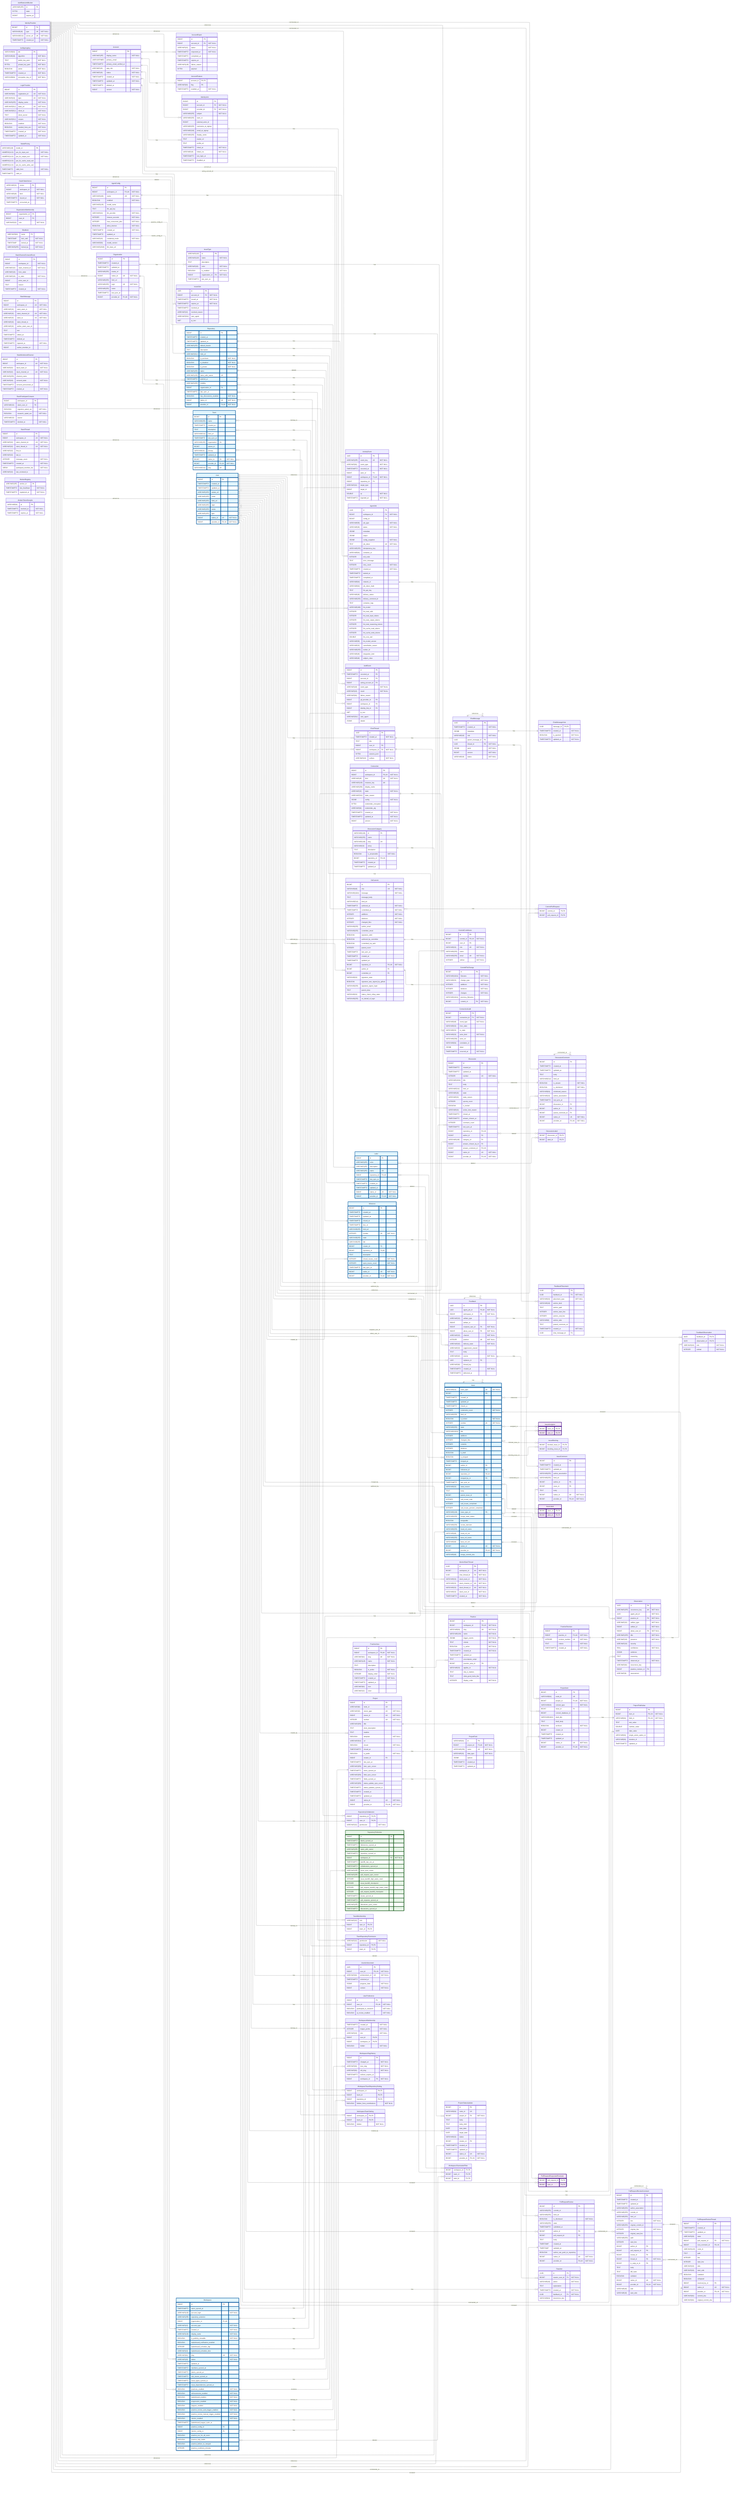
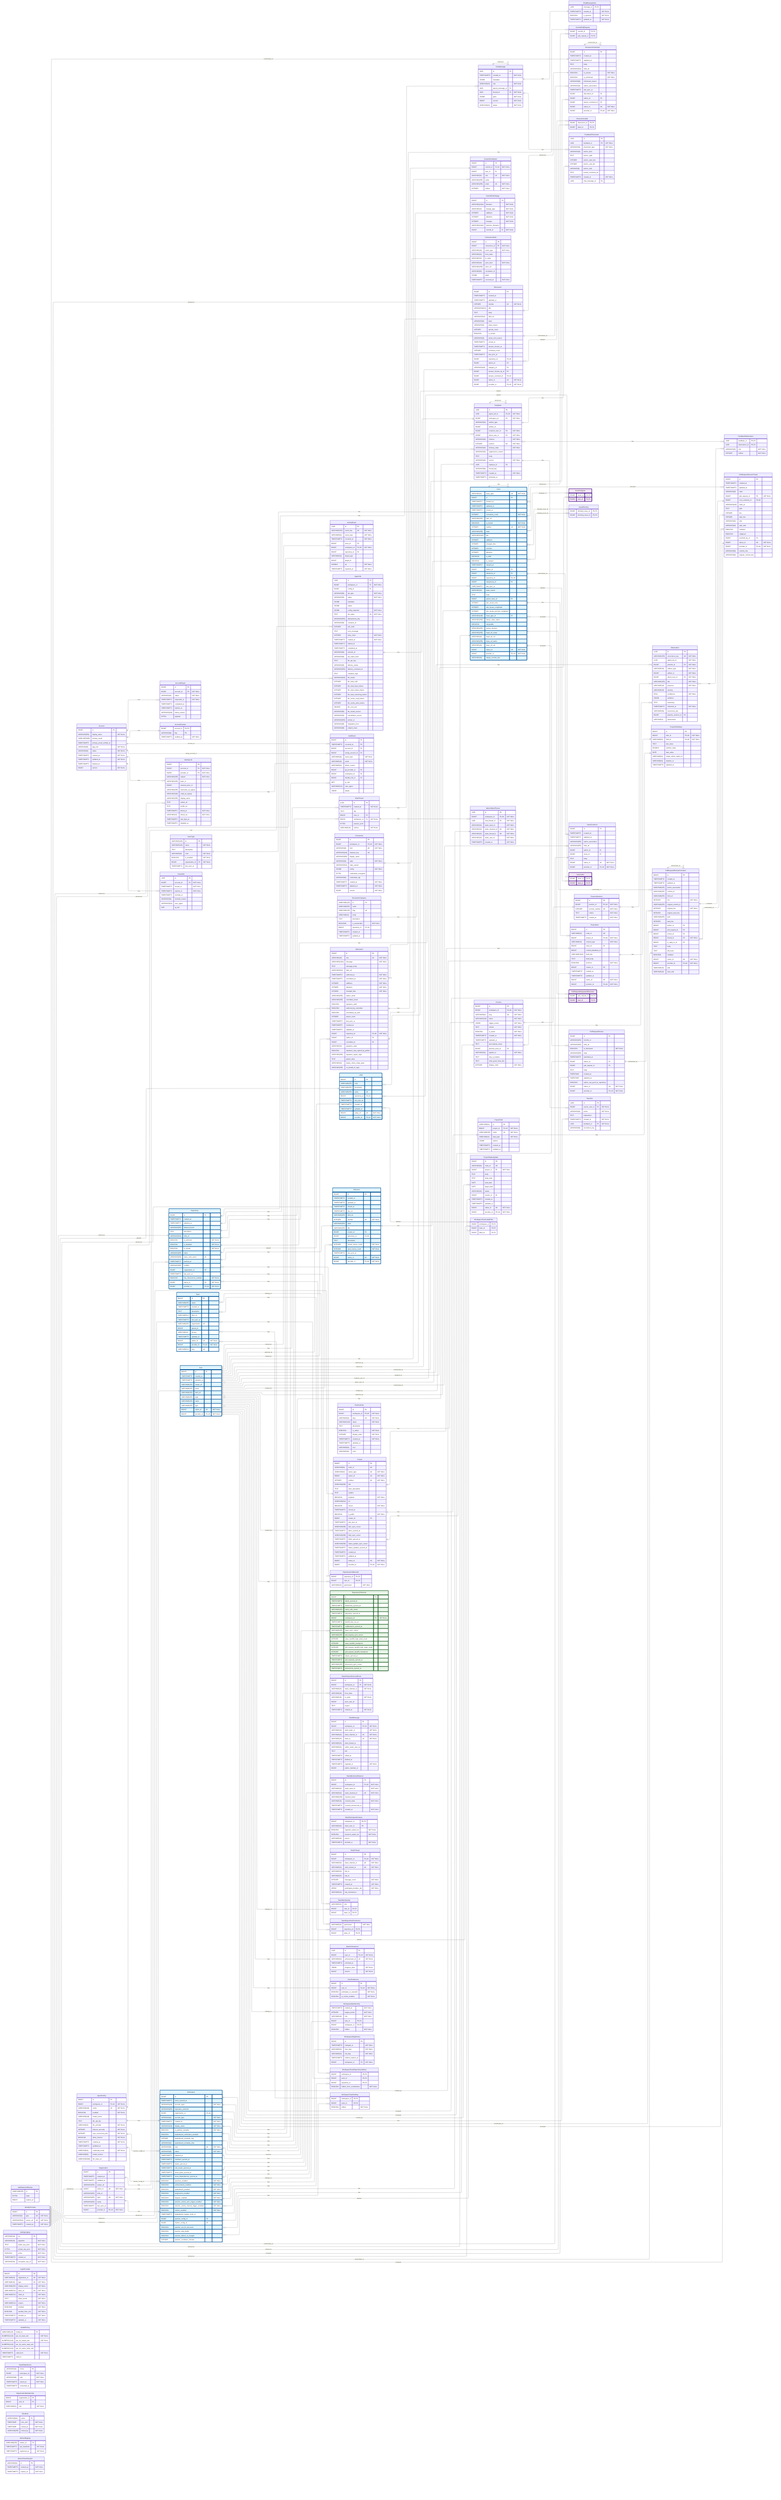
---
config:
    layout: elk
---
erDiagram
    %% Generated automatically from PostgreSQL database schema
    %% using scripts/generate-mermaid-erd.ts
    %% To regenerate: pnpm run db:generate-erd-docs

    direction LR

    Account {
        BIGINT id PK
        VARCHAR(255) display_name "NOT NULL"
        USER-DEFINED primary_email
        TIMESTAMPTZ primary_email_verified_at
        VARCHAR(16) app_role "NOT NULL"
        VARCHAR(16) status "NOT NULL"
        TIMESTAMPTZ created_at "NOT NULL"
        TIMESTAMPTZ updated_at "NOT NULL"
        TIMESTAMPTZ deleted_at
        BIGINT version "NOT NULL"
    }

    AccountExport {
        BIGINT id PK
        BIGINT account_id FK "NOT NULL"
        VARCHAR(16) status "NOT NULL"
        TIMESTAMPTZ requested_at "NOT NULL"
        TIMESTAMPTZ completed_at
        TIMESTAMPTZ expires_at
        VARCHAR(128) failure_reason
        BYTEA payload
    }

    AccountFeature {
        BIGINT account_id PK,FK
        VARCHAR(64) flag PK
        TIMESTAMPTZ enabled_at "NOT NULL"
    }

    ActivityEvent {
        UUID id PK
        VARCHAR(255) event_key UK "NOT NULL"
        VARCHAR(64) event_type "NOT NULL"
        TIMESTAMPTZ occurred_at "NOT NULL"
        BIGINT actor_id FK
        BIGINT workspace_id FK,UK "NOT NULL"
        BIGINT repository_id FK
        VARCHAR(32) target_type
        BIGINT target_id
        DOUBLE xp "NOT NULL"
        TIMESTAMPTZ ingested_at "NOT NULL"
    }

    AgentConfig {
        BIGINT id PK
        BIGINT workspace_id FK,UK "NOT NULL"
        VARCHAR(100) name UK "NOT NULL"
        BOOLEAN enabled "NOT NULL"
        VARCHAR(128) model_name
        TEXT llm_api_key
        VARCHAR(32) llm_provider "NOT NULL"
        INTEGER timeout_seconds "NOT NULL"
        INTEGER max_concurrent_jobs "NOT NULL"
        BOOLEAN allow_internet "NOT NULL"
        TIMESTAMPTZ created_at "NOT NULL"
        TIMESTAMPTZ updated_at
        VARCHAR(16) credential_mode "NOT NULL"
        VARCHAR(50) model_version
        VARCHAR(2048) llm_base_url
    }

    AgentJob {
        UUID id PK
        BIGINT workspace_id FK "NOT NULL"
        BIGINT config_id FK
        VARCHAR(50) job_type "NOT NULL"
        VARCHAR(20) status "NOT NULL"
        JSONB metadata
        JSONB output
        JSONB config_snapshot "NOT NULL"
        TEXT job_token UK "NOT NULL"
        VARCHAR(255) idempotency_key
        VARCHAR(64) container_id
        INTEGER exit_code
        TEXT error_message
        INTEGER retry_count "NOT NULL"
        TIMESTAMPTZ created_at "NOT NULL"
        TIMESTAMPTZ started_at
        TIMESTAMPTZ completed_at
        VARCHAR(64) network_id
        VARCHAR(64) job_token_hash
        TEXT llm_api_key
        VARCHAR(20) delivery_status
        VARCHAR(255) delivery_comment_id
        TEXT container_logs
        VARCHAR(100) llm_model
        INTEGER llm_total_calls
        INTEGER llm_total_input_tokens
        INTEGER llm_total_output_tokens
        INTEGER llm_total_reasoning_tokens
        INTEGER llm_cache_read_tokens
        INTEGER llm_cache_write_tokens
        DOUBLE llm_cost_usd
        VARCHAR(50) llm_model_version
        VARCHAR(32) cancellation_reason
        VARCHAR(255) worker_id
        VARCHAR(48) integration_kind
        VARCHAR(48) subject_class
    }

    AuthEvent {
        BIGINT id PK
        TIMESTAMPTZ occurred_at PK
        BIGINT account_id FK
        BIGINT acting_account_id FK
        VARCHAR(48) event_type "NOT NULL"
        VARCHAR(16) result "NOT NULL"
        VARCHAR(64) failure_reason
        BIGINT git_provider_id FK
        BIGINT workspace_id FK
        BIGINT identity_link_id FK
        INET ip_inet
        VARCHAR(512) user_agent
        JSONB details
    }

    AuthRateLimitBucket {
        VARCHAR(255) id PK
        BYTEA state
        BIGINT expires_at
    }

    ChatMessage {
        UUID id PK
        TIMESTAMPTZ created_at "NOT NULL"
        JSONB metadata
        VARCHAR(16) role "NOT NULL"
        UUID parent_message_id FK
        UUID thread_id FK "NOT NULL"
        JSONB parts "NOT NULL"
        BIGINT version "NOT NULL"
        VARCHAR(16) status "NOT NULL"
    }

    ChatMessageVote {
        UUID message_id PK,FK
        TIMESTAMPTZ created_at "NOT NULL"
        BOOLEAN is_upvoted "NOT NULL"
        TIMESTAMPTZ updated_at "NOT NULL"
    }

    ChatThread {
        UUID id PK
        TIMESTAMPTZ created_at "NOT NULL"
        TEXT title
        BIGINT user_id FK
        BIGINT workspace_id FK "NOT NULL"
        BYTEA session_jsonl
        VARCHAR(16) surface "NOT NULL"
    }

    CommitContributor {
        BIGINT id PK
        BIGINT commit_id FK,UK "NOT NULL"
        BIGINT user_id FK
        VARCHAR(32) role UK "NOT NULL"
        VARCHAR(255) name
        VARCHAR(255) email UK "NOT NULL"
        INTEGER ordinal "NOT NULL"
    }

    CommitFileChange {
        BIGINT id PK
        VARCHAR(1024) filename "NOT NULL"
        VARCHAR(32) change_type "NOT NULL"
        INTEGER additions "NOT NULL"
        INTEGER deletions "NOT NULL"
        INTEGER changes "NOT NULL"
        VARCHAR(1024) previous_filename
        BIGINT commit_id FK "NOT NULL"
    }

    CommitPullRequest {
        BIGINT commit_id PK,FK
        BIGINT pull_request_id PK,FK
    }

    Connection {
        BIGINT id PK
        BIGINT workspace_id FK,UK "NOT NULL"
        VARCHAR(48) kind UK "NOT NULL"
        VARCHAR(128) instance_key UK
        VARCHAR(256) display_name
        VARCHAR(32) state "NOT NULL"
        VARCHAR(512) state_reason
        JSONB config "NOT NULL"
        BYTEA credentials_encrypted
        VARCHAR(64) credentials_alg
        TIMESTAMPTZ created_at "NOT NULL"
        TIMESTAMPTZ updated_at "NOT NULL"
        BIGINT version "NOT NULL"
    }

    ConnectionAudit {
        BIGINT id PK
        BIGINT connection_id FK "NOT NULL"
        VARCHAR(48) event_type "NOT NULL"
        VARCHAR(32) from_state
        VARCHAR(32) to_state
        VARCHAR(32) actor_kind "NOT NULL"
        VARCHAR(256) actor_ref
        VARCHAR(64) correlation_id
        JSONB detail
        TIMESTAMPTZ occurred_at "NOT NULL"
    }

    Discussion {
        BIGINT id PK
        TIMESTAMPTZ created_at
        TIMESTAMPTZ updated_at
        INTEGER number UK "NOT NULL"
        VARCHAR(1024) title
        TEXT body
        VARCHAR(512) html_url
        VARCHAR(16) state
        VARCHAR(32) state_reason
        INTEGER upvote_count
        BOOLEAN is_locked
        VARCHAR(32) active_lock_reason
        TIMESTAMPTZ closed_at
        TIMESTAMPTZ answer_chosen_at
        INTEGER comment_count
        TIMESTAMPTZ last_sync_at
        BIGINT repository_id FK,UK
        BIGINT author_id FK
        VARCHAR(128) category_id FK
        BIGINT answer_chosen_by_id FK
        BIGINT answer_comment_id FK,UK
        BIGINT native_id UK "NOT NULL"
        BIGINT provider_id FK,UK "NOT NULL"
    }

    DiscussionCategory {
        VARCHAR(128) id PK
        VARCHAR(255) name
        VARCHAR(128) slug UK
        VARCHAR(32) emoji
        TEXT description
        BOOLEAN is_answerable "NOT NULL"
        BIGINT repository_id FK,UK
        TIMESTAMPTZ created_at
        TIMESTAMPTZ updated_at
    }

    DiscussionComment {
        BIGINT id PK
        TIMESTAMPTZ created_at
        TIMESTAMPTZ updated_at
        TEXT body
        VARCHAR(512) html_url
        BOOLEAN is_answer "NOT NULL"
        BOOLEAN is_minimized "NOT NULL"
        VARCHAR(64) minimized_reason
        VARCHAR(32) author_association
        TIMESTAMPTZ last_sync_at
        BIGINT discussion_id FK
        BIGINT author_id FK
        BIGINT parent_comment_id FK
        BIGINT native_id UK "NOT NULL"
        BIGINT provider_id FK,UK "NOT NULL"
    }

    DiscussionLabel {
        BIGINT discussion_id PK,FK
        BIGINT label_id PK,FK
    }

    Feedback {
        UUID id PK
        UUID agent_job_id FK,UK "NOT NULL"
        BIGINT workspace_id FK "NOT NULL"
        VARCHAR(32) artifact_type
        BIGINT artifact_id
        BIGINT recipient_user_id FK "NOT NULL"
        BIGINT about_user_id FK "NOT NULL"
        VARCHAR(32) channel "NOT NULL"
        INTEGER position UK "NOT NULL"
        VARCHAR(16) delivery_state "NOT NULL"
        VARCHAR(32) suppression_reason
        TEXT body
        VARCHAR(16) source "NOT NULL"
        UUID replaces_id FK
        VARCHAR(64) thread_key
        TIMESTAMPTZ created_at "NOT NULL"
        TIMESTAMPTZ delivered_at
    }

    FeedbackObservation {
        UUID feedback_id PK,FK
        UUID observation_id PK,FK
        VARCHAR(16) role "NOT NULL"
        INTEGER ordinal "NOT NULL"
    }

    FeedbackPlacement {
        UUID id PK
        UUID feedback_id FK "NOT NULL"
        VARCHAR(32) placement_type "NOT NULL"
        VARCHAR(16) anchor_kind
        TEXT anchor_path
        INTEGER anchor_start_line
        INTEGER anchor_end_line
        VARCHAR(8) anchor_side
        TEXT posted_comment_ref
        TIMESTAMPTZ created_at "NOT NULL"
        UUID chat_message_id FK
    }

    GitCommit {
        BIGINT id PK
        VARCHAR(40) sha UK "NOT NULL"
        VARCHAR(1024) message "NOT NULL"
        TEXT message_body
        VARCHAR(512) html_url
        TIMESTAMPTZ authored_at "NOT NULL"
        TIMESTAMPTZ committed_at "NOT NULL"
        INTEGER additions "NOT NULL"
        INTEGER deletions "NOT NULL"
        INTEGER changed_files "NOT NULL"
        VARCHAR(255) author_email
        VARCHAR(255) committer_email
        BOOLEAN signature_valid
        BOOLEAN authored_by_committer
        BOOLEAN committed_via_web
        INTEGER parent_count
        TIMESTAMPTZ last_sync_at
        TIMESTAMPTZ created_at
        TIMESTAMPTZ updated_at
        BIGINT repository_id FK,UK "NOT NULL"
        BIGINT author_id FK
        BIGINT committer_id FK
        VARCHAR(32) signature_state
        BOOLEAN signature_was_signed_by_github
        VARCHAR(255) signature_signer_login
        TEXT parent_shas
        VARCHAR(32) status_check_rollup_state
        VARCHAR(255) on_behalf_of_login
    }

    IdentityLink {
        BIGINT id PK
        BIGINT account_id FK "NOT NULL"
        BIGINT provider_id FK "NOT NULL"
        VARCHAR(255) subject "NOT NULL"
        VARCHAR(255) team_id
        BIGINT external_actor_id
        VARCHAR(255) username_at_signup
        VARCHAR(320) email_at_signup
        VARCHAR(255) display_name
        TEXT avatar_url
        TEXT profile_url
        TIMESTAMPTZ linked_at "NOT NULL"
        VARCHAR(16) linked_via "NOT NULL"
        TIMESTAMPTZ last_login_at
        TIMESTAMPTZ disabled_at
    }

    IdentityProvider {
        BIGINT id PK
        VARCHAR(10) type UK "NOT NULL"
        VARCHAR(512) server_url UK "NOT NULL"
        TIMESTAMPTZ created_at "NOT NULL"
    }

    Issue {
        VARCHAR(31) issue_type UK "NOT NULL"
        BIGINT id PK
        TIMESTAMPTZ created_at
        TIMESTAMPTZ updated_at
        TIMESTAMPTZ closed_at
        INTEGER comments_count "NOT NULL"
        VARCHAR(255) html_url
        BOOLEAN is_locked "NOT NULL"
        INTEGER number UK "NOT NULL"
        VARCHAR(255) state
        VARCHAR(1024) title
        INTEGER additions
        INTEGER changed_files
        INTEGER commits
        INTEGER deletions
        BOOLEAN is_draft
        BOOLEAN is_merged
        TIMESTAMPTZ merged_at
        BIGINT author_id FK
        BIGINT milestone_id FK
        BIGINT repository_id FK,UK
        BIGINT merged_by_id FK
        TIMESTAMPTZ last_sync_at
        VARCHAR(32) state_reason
        TEXT body
        BIGINT parent_issue_id FK
        INTEGER sub_issues_total
        INTEGER sub_issues_completed
        INTEGER sub_issues_percent_completed
        VARCHAR(128) issue_type_id FK
        VARCHAR(255) merge_state_status
        BOOLEAN mergeable
        VARCHAR(255) review_decision
        VARCHAR(255) head_ref_name
        VARCHAR(40) head_ref_oid
        VARCHAR(255) base_ref_name
        VARCHAR(40) base_ref_oid
        BIGINT native_id UK "NOT NULL"
        BIGINT provider_id FK,UK "NOT NULL"
        VARCHAR(40) merge_commit_sha
    }

    IssueAssignee {
        BIGINT issue_id PK,FK
        BIGINT user_id PK,FK
    }

    IssueBlocking {
        BIGINT blocked_issue_id PK,FK
        BIGINT blocking_issue_id PK,FK
    }

    IssueComment {
        BIGINT id PK
        TIMESTAMPTZ created_at
        TIMESTAMPTZ updated_at
        VARCHAR(255) author_association
        VARCHAR(255) html_url
        BIGINT author_id FK
        BIGINT issue_id FK
        TEXT body
        BIGINT native_id UK "NOT NULL"
        BIGINT provider_id FK,UK "NOT NULL"
    }

    IssueLabel {
        BIGINT issue_id PK,FK
        BIGINT label_id PK,FK
    }

    IssueType {
        VARCHAR(128) id PK
        VARCHAR(128) name "NOT NULL"
        TEXT description
        VARCHAR(20) color "NOT NULL"
        BOOLEAN is_enabled "NOT NULL"
        BIGINT organization_id FK "NOT NULL"
        TIMESTAMPTZ last_sync_at
    }

    IssuedJwt {
        UUID jti PK
        BIGINT account_id FK "NOT NULL"
        TIMESTAMPTZ issued_at "NOT NULL"
        TIMESTAMPTZ expires_at "NOT NULL"
        TIMESTAMPTZ revoked_at
        VARCHAR(32) revoked_reason
        VARCHAR(512) user_agent
        INET ip_inet
    }

    JwtSigningKey {
        VARCHAR(64) kid PK
        VARCHAR(16) algorithm "NOT NULL"
        TEXT public_key_pem "NOT NULL"
        BYTEA private_key_pem "NOT NULL"
        BOOLEAN active "NOT NULL"
        TIMESTAMPTZ created_at "NOT NULL"
        VARCHAR(64) encryption_key_id "NOT NULL"
    }

    Label {
        BIGINT id PK
        VARCHAR(255) color
        VARCHAR(255) description
        VARCHAR(255) name UK
        BIGINT repository_id FK,UK
        TIMESTAMPTZ last_sync_at
        TIMESTAMPTZ created_at
        TIMESTAMPTZ updated_at
        BIGINT native_id UK "NOT NULL"
        BIGINT provider_id FK,UK "NOT NULL"
    }

    LoginProvider {
        BIGINT id PK
        VARCHAR(64) registration_id UK "NOT NULL"
        VARCHAR(10) type UK "NOT NULL"
        VARCHAR(255) display_name "NOT NULL"
        VARCHAR(512) base_url UK "NOT NULL"
        VARCHAR(512) client_id "NOT NULL"
        TEXT client_secret "NOT NULL"
        VARCHAR(512) scopes "NOT NULL"
        BOOLEAN enabled "NOT NULL"
        BOOLEAN seeded_from_env "NOT NULL"
        TIMESTAMPTZ created_at "NOT NULL"
        TIMESTAMPTZ updated_at "NOT NULL"
    }

    MentorSlackThread {
        UUID id PK
-         BIGINT workspace_id UK "NOT NULL"
+         BIGINT workspace_id FK,UK "NOT NULL"
        UUID chat_thread_id FK "NOT NULL"
        VARCHAR(32) slack_team_id "NOT NULL"
        VARCHAR(32) slack_channel_id UK "NOT NULL"
        VARCHAR(32) slack_thread_ts UK "NOT NULL"
        VARCHAR(32) slack_user_id "NOT NULL"
        TIMESTAMPTZ created_at "NOT NULL"
    }

    Milestone {
        BIGINT id PK
        TIMESTAMPTZ created_at
        TIMESTAMPTZ updated_at
        TIMESTAMPTZ closed_at
        TIMESTAMPTZ due_on
        VARCHAR(255) html_url
        INTEGER number UK "NOT NULL"
        VARCHAR(255) state
        VARCHAR(255) title
        BIGINT creator_id FK
        BIGINT repository_id FK,UK
        TEXT description
        INTEGER closed_issues_count "NOT NULL"
        INTEGER open_issues_count "NOT NULL"
        TIMESTAMPTZ last_sync_at
        BIGINT native_id UK "NOT NULL"
        BIGINT provider_id FK,UK "NOT NULL"
    }

    ModelPricing {
        VARCHAR(128) model_id PK
        NUMERIC(12,6) per_1k_input_usd "NOT NULL"
        NUMERIC(12,6) per_1k_output_usd "NOT NULL"
        NUMERIC(12,6) per_1k_cache_read_usd
        NUMERIC(12,6) per_1k_cache_write_usd
        TIMESTAMPTZ valid_from "NOT NULL"
        TIMESTAMPTZ valid_to
    }

    OauthStateNonce {
        VARCHAR(32) nonce PK
        BIGINT workspace_id "NOT NULL"
        VARCHAR(48) kind "NOT NULL"
        TIMESTAMPTZ issued_at "NOT NULL"
        TIMESTAMPTZ consumed_at
    }

    Observation {
        UUID id PK
        VARCHAR(255) occurrence_key UK "NOT NULL"
        UUID agent_job_id "NOT NULL"
        BIGINT practice_id FK "NOT NULL"
        VARCHAR(32) artifact_type "NOT NULL"
        BIGINT artifact_id "NOT NULL"
        BIGINT about_user_id FK "NOT NULL"
        VARCHAR(255) title "NOT NULL"
        VARCHAR(16) presence "NOT NULL"
        VARCHAR(16) severity
        REAL confidence "NOT NULL"
        JSONB evidence
        TEXT reasoning
        TIMESTAMPTZ observed_at "NOT NULL"
        VARCHAR(64) recurrence_key
        BIGINT practice_revision_id FK
        VARCHAR(8) assessment
    }

    Organization {
        BIGINT id PK
        TIMESTAMPTZ created_at
        TIMESTAMPTZ updated_at
        VARCHAR(255) avatar_url
        BIGINT native_id UK "NOT NULL"
        VARCHAR(255) html_url
        VARCHAR(255) login UK "NOT NULL"
        VARCHAR(255) name
        TIMESTAMPTZ last_sync_at
        BIGINT provider_id FK,UK "NOT NULL"
    }

    OrganizationMembership {
        BIGINT organization_id PK
        BIGINT user_id PK
        VARCHAR(32) role "NOT NULL"
    }

    Practice {
        BIGINT id PK
        BIGINT workspace_id FK,UK "NOT NULL"
        VARCHAR(64) slug UK "NOT NULL"
        VARCHAR(128) name "NOT NULL"
        JSONB trigger_events "NOT NULL"
        TEXT criteria "NOT NULL"
        BOOLEAN is_active "NOT NULL"
        TIMESTAMPTZ created_at "NOT NULL"
        TIMESTAMPTZ updated_at
        TEXT precompute_script
        BIGINT practice_area_id FK
        VARCHAR(32) applies_to "NOT NULL"
        TEXT why_it_matters
        TEXT what_good_looks_like
        INTEGER display_order "NOT NULL"
    }

    PracticeArea {
        BIGINT id PK
        BIGINT workspace_id FK,UK "NOT NULL"
        VARCHAR(64) slug UK "NOT NULL"
        VARCHAR(128) name "NOT NULL"
        TEXT description
        BOOLEAN is_active "NOT NULL"
        INTEGER display_order "NOT NULL"
        TIMESTAMPTZ created_at "NOT NULL"
        TIMESTAMPTZ updated_at
        VARCHAR(64) icon
        VARCHAR(32) color
    }

    PracticeRevision {
        BIGINT id PK
        BIGINT practice_id FK,UK "NOT NULL"
        INTEGER revision_number UK "NOT NULL"
        TEXT criteria "NOT NULL"
        TIMESTAMPTZ created_at "NOT NULL"
    }

    Project {
        BIGINT id PK
        VARCHAR(64) node_id UK
        VARCHAR(32) owner_type UK "NOT NULL"
        BIGINT owner_id UK "NOT NULL"
        INTEGER number UK "NOT NULL"
        VARCHAR(256) title
        TEXT short_description
        TEXT readme
        BOOLEAN template "NOT NULL"
        VARCHAR(512) url
        BOOLEAN closed "NOT NULL"
        TIMESTAMPTZ closed_at
        BOOLEAN is_public "NOT NULL"
        BIGINT creator_id FK
        TIMESTAMPTZ last_sync_at
        VARCHAR(256) item_sync_cursor
        TIMESTAMPTZ items_synced_at
        VARCHAR(256) field_sync_cursor
        TIMESTAMPTZ fields_synced_at
        VARCHAR(256) status_update_sync_cursor
        TIMESTAMPTZ status_updates_synced_at
        TIMESTAMPTZ created_at
        TIMESTAMPTZ updated_at
        BIGINT native_id UK "NOT NULL"
        BIGINT provider_id FK,UK "NOT NULL"
    }

    ProjectField {
        VARCHAR(64) id PK
        BIGINT project_id FK,UK "NOT NULL"
        VARCHAR(256) name UK "NOT NULL"
        VARCHAR(32) data_type "NOT NULL"
        JSONB options
        TIMESTAMPTZ created_at
        TIMESTAMPTZ updated_at
    }

    ProjectFieldValue {
        BIGINT id PK
        BIGINT item_id FK,UK "NOT NULL"
        VARCHAR(64) field_id FK,UK "NOT NULL"
        TEXT text_value
        DOUBLE number_value
        DATE date_value
        VARCHAR(64) single_select_option_id
        VARCHAR(64) iteration_id
        TIMESTAMPTZ updated_at
    }

    ProjectItem {
        BIGINT id PK
        VARCHAR(64) node_id UK
        BIGINT project_id FK,UK "NOT NULL"
        VARCHAR(32) content_type "NOT NULL"
        BIGINT issue_id FK
        BIGINT content_database_id
        VARCHAR(1024) draft_title
        TEXT draft_body
        BOOLEAN archived "NOT NULL"
        BIGINT creator_id FK
        TIMESTAMPTZ created_at
        TIMESTAMPTZ updated_at
        BIGINT native_id UK "NOT NULL"
        BIGINT provider_id FK,UK "NOT NULL"
    }

    ProjectStatusUpdate {
        BIGINT id PK
        VARCHAR(64) node_id UK
        BIGINT project_id FK "NOT NULL"
        TEXT body
        TEXT body_html
        DATE start_date
        DATE target_date
        VARCHAR(32) status
        BIGINT creator_id FK
        TIMESTAMPTZ created_at
        TIMESTAMPTZ updated_at
        BIGINT native_id UK "NOT NULL"
        BIGINT provider_id FK,UK "NOT NULL"
    }

    PullRequestRequestedReviewer {
        BIGINT pull_request_id PK,FK
        BIGINT user_id PK,FK
    }

    PullRequestReview {
        BIGINT id PK
        VARCHAR(255) commit_id
        VARCHAR(255) html_url
        BOOLEAN is_dismissed "NOT NULL"
        VARCHAR(255) state
        TIMESTAMPTZ submitted_at
        BIGINT author_id FK
        BIGINT pull_request_id FK
        TEXT body
        TIMESTAMP created_at
        TIMESTAMP updated_at
        BOOLEAN author_can_push_to_repository
        BIGINT native_id UK "NOT NULL"
        BIGINT provider_id FK,UK "NOT NULL"
    }

    PullRequestReviewComment {
        BIGINT id PK
        TIMESTAMPTZ created_at
        TIMESTAMPTZ updated_at
        VARCHAR(255) author_association
        VARCHAR(255) commit_id
        VARCHAR(255) html_url
        INTEGER line "NOT NULL"
        VARCHAR(255) original_commit_id
        INTEGER original_line "NOT NULL"
        INTEGER original_start_line
        VARCHAR(255) path
        INTEGER start_line
        BIGINT author_id FK
        BIGINT pull_request_id FK
        BIGINT review_id FK
        BIGINT thread_id FK "NOT NULL"
        BIGINT in_reply_to_id FK
        TEXT body
        TEXT diff_hunk
        BOOLEAN outdated
        BIGINT native_id UK "NOT NULL"
        BIGINT provider_id FK,UK "NOT NULL"
        VARCHAR(16) side
        VARCHAR(16) start_side
    }

    PullRequestReviewThread {
        BIGINT id PK
        TIMESTAMPTZ created_at
        TIMESTAMPTZ updated_at
        VARCHAR(20) state
        BIGINT pull_request_id FK "NOT NULL"
        BIGINT root_comment_id FK,UK
        VARCHAR(128) node_id
        TEXT path
        INTEGER line
        INTEGER start_line
        VARCHAR(16) side
        VARCHAR(16) start_side
        BOOLEAN outdated
        BOOLEAN collapsed
        BIGINT resolved_by_id FK
        BIGINT native_id UK "NOT NULL"
        BIGINT provider_id FK,UK "NOT NULL"
        VARCHAR(64) commit_sha
        VARCHAR(64) original_commit_sha
    }

    Reaction {
        UUID id PK
        BIGINT reactor_user_id FK "NOT NULL"
        VARCHAR(16) action "NOT NULL"
        TEXT explanation
        TIMESTAMPTZ created_at "NOT NULL"
        UUID feedback_id FK "NOT NULL"
        VARCHAR(64) recurrence_key
    }

    Repository {
        BIGINT id PK
        TIMESTAMPTZ created_at
        TIMESTAMPTZ updated_at
        VARCHAR(255) default_branch
        TEXT description
        VARCHAR(512) html_url
        BOOLEAN is_archived "NOT NULL"
        BOOLEAN is_disabled "NOT NULL"
        BOOLEAN is_private "NOT NULL"
        VARCHAR(255) name
        VARCHAR(150) name_with_owner UK
        TIMESTAMPTZ pushed_at
        VARCHAR(255) visibility
        BIGINT organization_id FK
        TIMESTAMPTZ last_sync_at
        BOOLEAN has_discussions_enabled "NOT NULL"
        BIGINT native_id UK "NOT NULL"
        BIGINT provider_id FK,UK "NOT NULL"
    }

    RepositoryCollaborator {
        BIGINT repository_id PK,FK
        BIGINT user_id PK,FK
        VARCHAR(32) permission "NOT NULL"
    }

    RepositoryToMonitor {
        BIGINT id PK
        TIMESTAMPTZ labels_synced_at
        TIMESTAMPTZ milestones_synced_at
        VARCHAR(255) name_with_owner
        TIMESTAMPTZ repository_synced_at
        BIGINT workspace_id FK "NOT NULL"
        TIMESTAMPTZ backfill_last_run_at
        TIMESTAMPTZ collaborators_synced_at
        VARCHAR(255) issue_sync_cursor
        VARCHAR(255) pull_request_sync_cursor
        INTEGER issue_backfill_high_water_mark
        INTEGER issue_backfill_checkpoint
        INTEGER pull_request_backfill_high_water_mark
        INTEGER pull_request_backfill_checkpoint
        TIMESTAMPTZ issues_synced_at
        TIMESTAMPTZ pull_requests_synced_at
        VARCHAR(255) discussion_sync_cursor
        TIMESTAMPTZ discussions_synced_at
    }

    Shedlock {
        VARCHAR(64) name PK
        TIMESTAMP lock_until "NOT NULL"
        TIMESTAMP locked_at "NOT NULL"
        VARCHAR(255) locked_by "NOT NULL"
    }

    SlackChannelConsentEvent {
        BIGINT id PK
-         BIGINT workspace_id "NOT NULL"
+         BIGINT workspace_id FK "NOT NULL"
        VARCHAR(32) slack_channel_id "NOT NULL"
        VARCHAR(16) from_state
        VARCHAR(16) to_state "NOT NULL"
        BIGINT actor_user_id
        TEXT reason
        TIMESTAMPTZ created_at "NOT NULL"
    }

    SlackMessage {
        BIGINT id PK
-         BIGINT workspace_id UK "NOT NULL"
+         BIGINT workspace_id FK,UK "NOT NULL"
        VARCHAR(32) slack_team_id "NOT NULL"
        VARCHAR(32) slack_channel_id UK "NOT NULL"
        VARCHAR(32) slack_ts UK "NOT NULL"
        VARCHAR(32) slack_thread_ts
        VARCHAR(32) author_slack_user_id
        TEXT text
        TIMESTAMPTZ edited_at
        TIMESTAMPTZ deleted_at
        TIMESTAMPTZ ingested_at "NOT NULL"
        BIGINT author_member_id
    }

    SlackMonitoredChannel {
        BIGINT id PK
-         BIGINT workspace_id UK "NOT NULL"
+         BIGINT workspace_id FK,UK "NOT NULL"
        VARCHAR(32) slack_team_id "NOT NULL"
        VARCHAR(32) slack_channel_id UK "NOT NULL"
        VARCHAR(256) channel_name
        VARCHAR(16) consent_state "NOT NULL"
        TIMESTAMPTZ consent_announced_at
        TIMESTAMPTZ created_at "NOT NULL"
    }

    SlackParticipantConsent {
-         BIGINT workspace_id PK
+         BIGINT workspace_id PK,FK
        VARCHAR(32) slack_user_id PK
        BOOLEAN ingestion_opted_out "NOT NULL"
        BOOLEAN research_opted_out "NOT NULL"
        VARCHAR(32) source
        TIMESTAMPTZ decided_at "NOT NULL"
    }

    SlackThread {
        BIGINT id PK
-         BIGINT workspace_id UK "NOT NULL"
+         BIGINT workspace_id FK,UK "NOT NULL"
        VARCHAR(32) slack_channel_id UK "NOT NULL"
        VARCHAR(32) slack_thread_ts UK "NOT NULL"
        VARCHAR(32) first_ts
        VARCHAR(32) last_ts
        INTEGER message_count "NOT NULL"
        TIMESTAMPTZ created_at "NOT NULL"
        ARRAY participant_member_ids "NOT NULL"
        VARCHAR(32) last_reviewed_ts
    }

    Team {
        BIGINT id PK
        VARCHAR(255) name
        TIMESTAMPTZ created_at
        TEXT description
        VARCHAR(512) html_url
        TIMESTAMPTZ last_sync_at
        VARCHAR(255) organization UK
        BIGINT parent_id
        VARCHAR(32) privacy
        TIMESTAMPTZ updated_at
        BIGINT native_id UK "NOT NULL"
        BIGINT provider_id FK,UK "NOT NULL"
        VARCHAR(512) slug UK
    }

    TeamMembership {
        VARCHAR(32) role
        BIGINT user_id PK,FK
        BIGINT team_id PK,FK
    }

    TeamRepositoryPermission {
        VARCHAR(32) permission "NOT NULL"
        BIGINT repository_id PK,FK
        BIGINT team_id PK,FK
    }

    User {
        BIGINT id PK
        TIMESTAMPTZ created_at
        TIMESTAMPTZ updated_at
        VARCHAR(255) avatar_url
        VARCHAR(255) email
        VARCHAR(255) html_url
        VARCHAR(255) login
        VARCHAR(255) name
        VARCHAR(255) type
        BIGINT native_id UK "NOT NULL"
        BIGINT provider_id FK,UK "NOT NULL"
    }

    UserAchievement {
        UUID id PK
        BIGINT user_id FK,UK "NOT NULL"
        VARCHAR(64) achievement_id UK "NOT NULL"
        TIMESTAMPTZ unlocked_at
        JSONB progress_data "NOT NULL"
        BIGINT version "NOT NULL"
    }

    UserPreference {
        BIGINT id PK
        BIGINT user_id FK,UK "NOT NULL"
        BOOLEAN participate_in_research "NOT NULL"
        BOOLEAN ai_review_enabled "NOT NULL"
    }

    WorkerRegistry {
        VARCHAR(255) worker_id PK
        TIMESTAMPTZ last_heartbeat "NOT NULL"
        TIMESTAMPTZ registered_at "NOT NULL"
    }

    WorkerTokenDenylist {
        VARCHAR(64) jti PK
        TIMESTAMPTZ revoked_at "NOT NULL"
        TIMESTAMPTZ expires_at "NOT NULL"
    }

    Workspace {
        BIGINT id PK
        TIMESTAMPTZ users_synced_at
        VARCHAR(120) account_login "NOT NULL"
        VARCHAR(255) repository_selection
        BIGINT organization_id FK,UK
        VARCHAR(10) account_type "NOT NULL"
        TIMESTAMPTZ created_at "NOT NULL"
        VARCHAR(120) display_name "NOT NULL"
        BOOLEAN is_publicly_viewable "NOT NULL"
        BOOLEAN leaderboard_notification_enabled
        INTEGER leaderboard_schedule_day
        VARCHAR(10) leaderboard_schedule_time
        VARCHAR(64) slug UK "NOT NULL"
        VARCHAR(20) status "NOT NULL"
        TIMESTAMPTZ updated_at
        TIMESTAMPTZ members_synced_at
        TIMESTAMPTZ teams_synced_at
        TIMESTAMPTZ sub_issues_synced_at
        TIMESTAMPTZ issue_types_synced_at
        TIMESTAMPTZ issue_dependencies_synced_at
        BOOLEAN practices_enabled "NOT NULL"
        BOOLEAN achievements_enabled "NOT NULL"
        BOOLEAN leaderboard_enabled "NOT NULL"
        BOOLEAN progression_enabled "NOT NULL"
        BOOLEAN leagues_enabled "NOT NULL"
        BOOLEAN practice_review_auto_trigger_enabled "NOT NULL"
        BOOLEAN practice_review_manual_trigger_enabled "NOT NULL"
        BOOLEAN mentor_enabled "NOT NULL"
        TIMESTAMPTZ leaderboard_league_cycle_at
        BIGINT practice_config_id FK
        BIGINT mentor_config_id FK
        BOOLEAN practice_run_for_all_users
        BOOLEAN practice_skip_drafts
        BOOLEAN practice_deliver_to_merged
        INTEGER practice_cooldown_minutes
    }

    WorkspaceMembership {
        TIMESTAMPTZ created_at "NOT NULL"
        INTEGER league_points "NOT NULL"
        VARCHAR(16) role "NOT NULL"
        BIGINT user_id PK,FK
        BIGINT workspace_id PK,FK
        BOOLEAN hidden "NOT NULL"
    }

    WorkspaceSlugHistory {
        BIGINT id PK
        TIMESTAMPTZ changed_at "NOT NULL"
        VARCHAR(64) new_slug "NOT NULL"
        VARCHAR(64) old_slug "NOT NULL"
        TIMESTAMPTZ redirect_expires_at
        BIGINT workspace_id FK "NOT NULL"
    }

    WorkspaceTeamLabelFilter {
        BIGINT workspace_id PK,FK
        BIGINT team_id PK,FK
        BIGINT label_id PK,FK
    }

    WorkspaceTeamRepositorySetting {
        BIGINT workspace_id PK,FK
        BIGINT team_id PK,FK
        BIGINT repository_id PK,FK
        BOOLEAN hidden_from_contributions "NOT NULL"
    }

    WorkspaceTeamSetting {
        BIGINT workspace_id PK,FK
        BIGINT team_id PK,FK
        BOOLEAN hidden "NOT NULL"
    }

    %% Relationships
    %% One-to-One relationships
    Account ||--|| AccountFeature : has
    Workspace ||--|| ActivityEvent : has
    Workspace ||--|| AgentConfig : has
    ChatMessage ||--|| ChatMessageVote : has
    GitCommit ||--|| CommitContributor : has
    Workspace ||--|| Connection : has
    Repository ||--|| Discussion : has
    DiscussionComment ||--|| Discussion : references
    IdentityProvider ||--|| Discussion : references
    Repository ||--|| DiscussionCategory : has
    IdentityProvider ||--|| DiscussionComment : commented_on
    AgentJob ||--|| Feedback : has
    Repository ||--|| GitCommit : has
    Repository ||--|| Issue : has
    IdentityProvider ||--|| Issue : references
    IdentityProvider ||--|| IssueComment : commented_on
    Repository ||--|| Label : labeled
    IdentityProvider ||--|| Label : labeled
+     Workspace ||--|| MentorSlackThread : has
    Repository ||--|| Milestone : has
    IdentityProvider ||--|| Milestone : references
    IdentityProvider ||--|| Organization : references
    Workspace ||--|| Practice : has
    Workspace ||--|| PracticeArea : has
    Practice ||--|| PracticeRevision : has
    IdentityProvider ||--|| Project : references
    Project ||--|| ProjectField : has
    ProjectItem ||--|| ProjectFieldValue : has
    ProjectField ||--|| ProjectFieldValue : has
    Project ||--|| ProjectItem : has
    IdentityProvider ||--|| ProjectItem : references
    IdentityProvider ||--|| ProjectStatusUpdate : references
    IdentityProvider ||--|| PullRequestReview : reviewed
    IdentityProvider ||--|| PullRequestReviewComment : commented_on
    PullRequestReviewComment ||--|| PullRequestReviewThread : reviewed
    IdentityProvider ||--|| PullRequestReviewThread : reviewed
    IdentityProvider ||--|| Repository : references
+     Workspace ||--|| SlackMessage : has
+     Workspace ||--|| SlackMonitoredChannel : has
+     Workspace ||--|| SlackParticipantConsent : has
+     Workspace ||--|| SlackThread : has
    IdentityProvider ||--|| Team : references
    IdentityProvider ||--|| User : references
    User ||--|| UserAchievement : has
    User ||--|| UserPreference : has
    Organization ||--|| Workspace : has
    User ||--|| WorkspaceMembership : belongs_to
    Workspace ||--|| WorkspaceMembership : belongs_to

    %% One-to-Many relationships
    Account ||--o{ AccountExport : has
    User ||--o{ ActivityEvent : references
    Repository ||--o{ ActivityEvent : has
    Workspace ||--o{ AgentJob : has
    AgentConfig ||--o{ AgentJob : has
    Account ||--o{ AuthEvent : account_id
    Account ||--o{ AuthEvent : acting_account_id
    IdentityProvider ||--o{ AuthEvent : references
    Workspace ||--o{ AuthEvent : has
    IdentityLink ||--o{ AuthEvent : has
    ChatMessage ||--o{ ChatMessage : references
    ChatThread ||--o{ ChatMessage : has
    User ||--o{ ChatThread : has
    Workspace ||--o{ ChatThread : has
    User ||--o{ CommitContributor : has
    GitCommit ||--o{ CommitFileChange : has
    Connection ||--o{ ConnectionAudit : has
    User ||--o{ Discussion : authored_by
    DiscussionCategory ||--o{ Discussion : has
    User ||--o{ Discussion : references
    Discussion ||--o{ DiscussionComment : commented_on
    User ||--o{ DiscussionComment : commented_on
    DiscussionComment ||--o{ DiscussionComment : commented_on
    Workspace ||--o{ Feedback : has
    User ||--o{ Feedback : recipient_user_id
    User ||--o{ Feedback : about_user_id
    Feedback ||--o{ Feedback : references
    Feedback ||--o{ FeedbackPlacement : has
    ChatMessage ||--o{ FeedbackPlacement : has
    User ||--o{ GitCommit : authored_by
    User ||--o{ GitCommit : references
    Account ||--o{ IdentityLink : has
    IdentityProvider ||--o{ IdentityLink : references
    User ||--o{ Issue : authored_by
    Milestone ||--o{ Issue : has
    User ||--o{ Issue : merged_by
    Issue ||--o{ Issue : has
    IssueType ||--o{ Issue : has
    User ||--o{ IssueComment : commented_on
    Issue ||--o{ IssueComment : commented_on
    Organization ||--o{ IssueType : has
    Account ||--o{ IssuedJwt : has
    ChatThread ||--o{ MentorSlackThread : has
    User ||--o{ Milestone : created_by
    Practice ||--o{ Observation : has
    User ||--o{ Observation : has
    PracticeRevision ||--o{ Observation : has
    PracticeArea ||--o{ Practice : has
    User ||--o{ Project : created_by
    Issue ||--o{ ProjectItem : has
    User ||--o{ ProjectItem : created_by
    Project ||--o{ ProjectStatusUpdate : has
    User ||--o{ ProjectStatusUpdate : created_by
    User ||--o{ PullRequestReview : reviewed
    Issue ||--o{ PullRequestReview : reviewed
    User ||--o{ PullRequestReviewComment : commented_on
    Issue ||--o{ PullRequestReviewComment : commented_on
    PullRequestReview ||--o{ PullRequestReviewComment : commented_on
    PullRequestReviewThread ||--o{ PullRequestReviewComment : commented_on
    PullRequestReviewComment ||--o{ PullRequestReviewComment : commented_on
    Issue ||--o{ PullRequestReviewThread : reviewed
    User ||--o{ PullRequestReviewThread : reviewed
    User ||--o{ Reaction : has
    Feedback ||--o{ Reaction : has
    Organization ||--o{ Repository : has
    Workspace ||--o{ RepositoryToMonitor : monitors
+     Workspace ||--o{ SlackChannelConsentEvent : has
    AgentConfig ||--o{ Workspace : practice_config_id
    AgentConfig ||--o{ Workspace : mentor_config_id
    Workspace ||--o{ WorkspaceSlugHistory : has

    %% Many-to-Many relationships
    GitCommit }o--o{ CommitPullRequest : has
    Issue }o--o{ CommitPullRequest : references
    Discussion }o--o{ DiscussionLabel : labeled
    Label }o--o{ DiscussionLabel : labeled
    Feedback }o--o{ FeedbackObservation : has
    Observation }o--o{ FeedbackObservation : has
    Issue }o--o{ IssueAssignee : assigned_to
    User }o--o{ IssueAssignee : assigned_to
    Issue }o--o{ IssueBlocking : blocked_issue_id
    Issue }o--o{ IssueBlocking : blocking_issue_id
    Issue }o--o{ IssueLabel : labeled
    Label }o--o{ IssueLabel : labeled
    Issue }o--o{ PullRequestRequestedReviewer : reviewed
    User }o--o{ PullRequestRequestedReviewer : reviewed
    Repository }o--o{ RepositoryCollaborator : has
    User }o--o{ RepositoryCollaborator : has
    User }o--o{ TeamMembership : belongs_to
    Team }o--o{ TeamMembership : belongs_to
    Repository }o--o{ TeamRepositoryPermission : has
    Team }o--o{ TeamRepositoryPermission : has
    Workspace }o--o{ WorkspaceTeamLabelFilter : labeled
    Team }o--o{ WorkspaceTeamLabelFilter : labeled
    Label }o--o{ WorkspaceTeamLabelFilter : labeled
    Workspace }o--o{ WorkspaceTeamRepositorySetting : has
    Team }o--o{ WorkspaceTeamRepositorySetting : has
    Repository }o--o{ WorkspaceTeamRepositorySetting : has
    Workspace }o--o{ WorkspaceTeamSetting : has
    Team }o--o{ WorkspaceTeamSetting : has

    %% Styling
    classDef primaryEntity fill:#e1f5fe,stroke:#01579b,stroke-width:2px
    classDef associationEntity fill:#f3e5f5,stroke:#4a148c,stroke-width:2px
    classDef metadataEntity fill:#e8f5e8,stroke:#1b5e20,stroke-width:2px

    class Issue primaryEntity
    class IssueAssignee associationEntity
    class IssueLabel associationEntity
    class Label primaryEntity
    class Milestone primaryEntity
    class PullRequestRequestedReviewer associationEntity
    class Repository primaryEntity
    class RepositoryToMonitor metadataEntity
    class Team primaryEntity
    class User primaryEntity
    class Workspace primaryEntity
